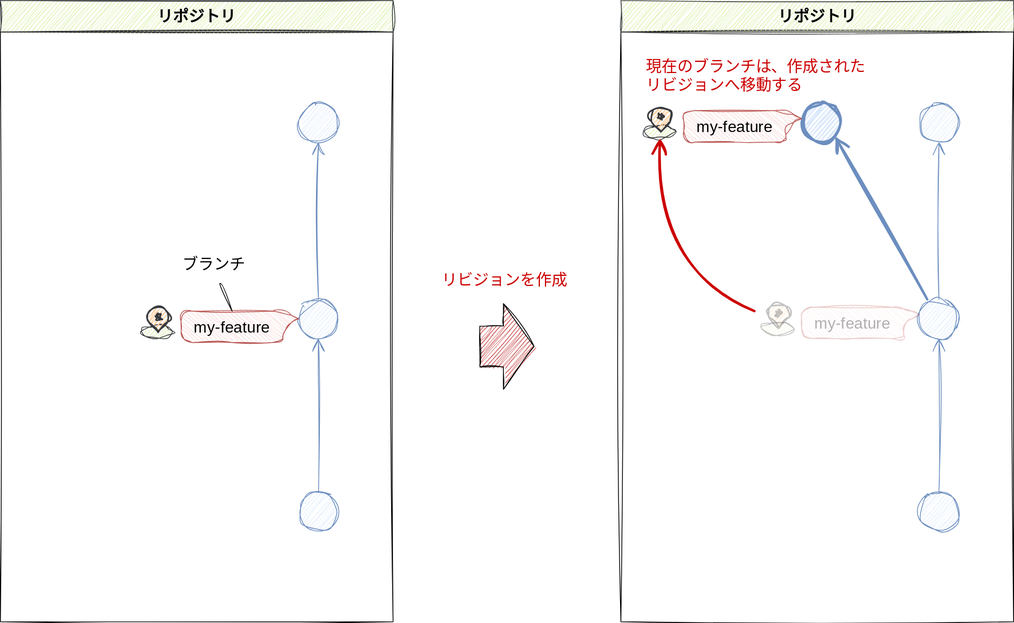
Earlier version of the draw.io export doc/image/introducion/branch.drawio.svg (kazurego7/fit). Source tidied: cells renumbered, new cells last; positions are measured from the earlier drawing's top-left corner, leaving out a move shared by most shapes. Source of this version:
```xml
<mxGraphModel background="#FFFFFF">
  <root>
    <mxCell id="0" />
    <mxCell id="1" parent="0" />
    <mxCell id="2" style="endArrow=none;html=1;rounded=0;sketch=1;hachureGap=4;jiggle=2;curveFitting=1;fontFamily=Architects Daughter;fontSource=https%3A%2F%2Ffonts.googleapis.com%2Fcss%3Ffamily%3DArchitects%2BDaughter;fontSize=16;sourcePerimeterSpacing=8;targetPerimeterSpacing=8;curved=1;shape=flexArrow;fillColor=#B20000;strokeColor=default;width=52;endSize=8;endWidth=17.224489795918366;endFill=0;startArrow=block;startWidth=56;startSize=12.67;" parent="1" edge="1">
      <mxGeometry relative="1" as="geometry">
        <mxPoint x="680" y="440" as="sourcePoint" />
        <mxPoint x="610" y="440" as="targetPoint" />
      </mxGeometry>
    </mxCell>
    <mxCell id="3" style="rounded=0;whiteSpace=wrap;html=1;shadow=0;sketch=1;hachureGap=4;jiggle=2;curveFitting=1;fontFamily=Architects Daughter;fontSource=https%3A%2F%2Ffonts.googleapis.com%2Fcss%3Ffamily%3DArchitects%2BDaughter;fontSize=20;fillColor=default;strokeColor=none;" parent="1" vertex="1">
      <mxGeometry x="790" y="40" width="500" height="750" as="geometry" />
    </mxCell>
    <mxCell id="4" style="rounded=0;whiteSpace=wrap;html=1;shadow=0;sketch=1;hachureGap=4;jiggle=2;curveFitting=1;fontFamily=Architects Daughter;fontSource=https%3A%2F%2Ffonts.googleapis.com%2Fcss%3Ffamily%3DArchitects%2BDaughter;fontSize=20;fillColor=none;" parent="1" vertex="1">
      <mxGeometry x="790" y="40" width="500" height="750" as="geometry" />
    </mxCell>
    <mxCell id="5" value="&lt;font face=&quot;Zen Kurenaido&quot;&gt;リポジトリ&lt;/font&gt;" style="rounded=0;whiteSpace=wrap;html=1;shadow=0;sketch=1;hachureGap=4;jiggle=2;curveFitting=1;fontFamily=Architects Daughter;fontSource=https%3A%2F%2Ffonts.googleapis.com%2Fcss%3Ffamily%3DArchitects%2BDaughter;fontSize=20;fillColor=#cdeb8b;strokeColor=#36393d;fontStyle=1;" parent="1" vertex="1">
      <mxGeometry x="790" width="500" height="40" as="geometry" />
    </mxCell>
    <mxCell id="6" style="ellipse;whiteSpace=wrap;html=1;hachureGap=4;fontFamily=Architects Daughter;fontSource=https%3A%2F%2Ffonts.googleapis.com%2Fcss%3Ffamily%3DArchitects%2BDaughter;fontSize=20;fillColor=#dae8fc;strokeColor=#6c8ebf;shadow=0;sketch=1;curveFitting=1;jiggle=2;" parent="1" vertex="1">
      <mxGeometry x="1170" y="380" width="50" height="50" as="geometry" />
    </mxCell>
    <mxCell id="7" style="sketch=1;hachureGap=4;jiggle=2;curveFitting=1;jettySize=auto;html=1;entryX=0.5;entryY=1;entryDx=0;entryDy=0;fontFamily=Architects Daughter;fontSource=https%3A%2F%2Ffonts.googleapis.com%2Fcss%3Ffamily%3DArchitects%2BDaughter;fontSize=16;endArrow=open;startSize=14;endSize=14;sourcePerimeterSpacing=8;targetPerimeterSpacing=8;fillColor=#dae8fc;strokeColor=#6c8ebf;rounded=1;strokeWidth=1;jumpSize=5;jumpStyle=none;exitX=0.5;exitY=0;exitDx=0;exitDy=0;" parent="1" edge="1" source="8" target="6">
      <mxGeometry relative="1" as="geometry" />
    </mxCell>
    <mxCell id="8" style="ellipse;whiteSpace=wrap;html=1;hachureGap=4;fontFamily=Architects Daughter;fontSource=https%3A%2F%2Ffonts.googleapis.com%2Fcss%3Ffamily%3DArchitects%2BDaughter;fontSize=20;fillColor=#dae8fc;strokeColor=#6c8ebf;shadow=0;sketch=1;curveFitting=1;jiggle=2;" parent="1" vertex="1">
      <mxGeometry x="1170" y="625" width="50" height="50" as="geometry" />
    </mxCell>
    <mxCell id="9" style="group;" parent="1" vertex="1">
      <mxGeometry x="970" y="385" width="40" height="40" as="geometry" />
    </mxCell>
    <mxCell id="10" style="ellipse;whiteSpace=wrap;html=1;shadow=0;sketch=1;hachureGap=4;jiggle=2;curveFitting=1;fontFamily=Architects Daughter;fontSource=https%3A%2F%2Ffonts.googleapis.com%2Fcss%3Ffamily%3DArchitects%2BDaughter;fontSize=20;fillColor=#cdeb8b;strokeColor=#36393d;textOpacity=30;opacity=30;" parent="9" vertex="1">
      <mxGeometry y="24" width="40" height="16" as="geometry" />
    </mxCell>
    <mxCell id="11" style="html=1;verticalLabelPosition=bottom;align=center;labelBackgroundColor=#ffffff;verticalAlign=top;strokeWidth=2;strokeColor=#36393d;shadow=0;dashed=0;shape=mxgraph.ios7.icons.location;sketch=1;hachureGap=4;jiggle=2;curveFitting=1;fontFamily=Architects Daughter;fontSource=https%3A%2F%2Ffonts.googleapis.com%2Fcss%3Ffamily%3DArchitects%2BDaughter;fontSize=20;fillColor=#ffcc99;gradientColor=none;textOpacity=30;opacity=30;" parent="9" vertex="1">
      <mxGeometry x="4.8" width="32" height="32" as="geometry" />
    </mxCell>
    <mxCell id="12" style="sketch=1;hachureGap=4;jiggle=2;curveFitting=1;jettySize=auto;html=1;entryX=1;entryY=1;entryDx=0;entryDy=0;fontFamily=Architects Daughter;fontSource=https%3A%2F%2Ffonts.googleapis.com%2Fcss%3Ffamily%3DArchitects%2BDaughter;fontSize=16;endArrow=open;startSize=14;endSize=14;sourcePerimeterSpacing=8;targetPerimeterSpacing=8;fillColor=#dae8fc;strokeColor=#6c8ebf;rounded=1;strokeWidth=3;jumpSize=5;jumpStyle=none;exitX=0.2;exitY=0;exitDx=0;exitDy=0;exitPerimeter=0;" parent="1" edge="1" source="6" target="13">
      <mxGeometry relative="1" as="geometry" />
    </mxCell>
    <mxCell id="13" style="ellipse;whiteSpace=wrap;html=1;hachureGap=4;fontFamily=Architects Daughter;fontSource=https%3A%2F%2Ffonts.googleapis.com%2Fcss%3Ffamily%3DArchitects%2BDaughter;fontSize=20;fillColor=#dae8fc;strokeColor=#6c8ebf;shadow=0;sketch=1;curveFitting=1;jiggle=2;strokeWidth=3;" parent="1" vertex="1">
      <mxGeometry x="1020" y="130" width="50" height="50" as="geometry" />
    </mxCell>
    <mxCell id="14" style="group;" parent="1" vertex="1">
      <mxGeometry x="820" y="135" width="40" height="40" as="geometry" />
    </mxCell>
    <mxCell id="15" style="ellipse;whiteSpace=wrap;html=1;shadow=0;sketch=1;hachureGap=4;jiggle=2;curveFitting=1;fontFamily=Architects Daughter;fontSource=https%3A%2F%2Ffonts.googleapis.com%2Fcss%3Ffamily%3DArchitects%2BDaughter;fontSize=20;fillColor=#cdeb8b;strokeColor=#36393d;" parent="14" vertex="1">
      <mxGeometry y="24" width="40" height="16" as="geometry" />
    </mxCell>
    <mxCell id="16" style="html=1;verticalLabelPosition=bottom;align=center;labelBackgroundColor=#ffffff;verticalAlign=top;strokeWidth=2;strokeColor=#36393d;shadow=0;dashed=0;shape=mxgraph.ios7.icons.location;sketch=1;hachureGap=4;jiggle=2;curveFitting=1;fontFamily=Architects Daughter;fontSource=https%3A%2F%2Ffonts.googleapis.com%2Fcss%3Ffamily%3DArchitects%2BDaughter;fontSize=20;fillColor=#ffcc99;gradientColor=none;" parent="14" vertex="1">
      <mxGeometry x="4.8" width="32" height="32" as="geometry" />
    </mxCell>
    <mxCell id="17" value="現在のブランチは、作成されたリビジョンへ移動する" style="text;strokeColor=none;fillColor=none;html=1;align=left;verticalAlign=middle;whiteSpace=wrap;rounded=0;sketch=1;hachureGap=4;jiggle=2;curveFitting=1;fontFamily=Zen Kurenaido;fontSource=https%3A%2F%2Ffonts.googleapis.com%2Fcss%3Ffamily%3DZen%2BKurenaido;fontSize=20;fontColor=#CC0000;" parent="1" vertex="1">
      <mxGeometry x="820" y="70" width="300" height="50" as="geometry" />
    </mxCell>
    <mxCell id="18" value="リビジョンを作成" style="text;strokeColor=none;fillColor=none;html=1;align=left;verticalAlign=middle;whiteSpace=wrap;rounded=0;sketch=1;hachureGap=4;jiggle=2;curveFitting=1;fontFamily=Zen Kurenaido;fontSource=https%3A%2F%2Ffonts.googleapis.com%2Fcss%3Ffamily%3DZen%2BKurenaido;fontSize=20;fontColor=#CC0000;" parent="1" vertex="1">
      <mxGeometry x="560" y="330" width="170" height="50" as="geometry" />
    </mxCell>
    <mxCell id="19" value="my-feature" style="shape=callout;whiteSpace=wrap;html=1;perimeter=calloutPerimeter;rounded=1;shadow=0;glass=0;sketch=1;hachureGap=4;jiggle=2;curveFitting=1;strokeColor=#b85450;strokeWidth=1;fontFamily=Architects Daughter;fontSource=https%3A%2F%2Ffonts.googleapis.com%2Fcss%3Ffamily%3DArchitects%2BDaughter;fontSize=20;fillColor=#f8cecc;size=20;position=0.5;position2=0.75;base=40;arcSize=28;direction=north;" parent="1" vertex="1">
      <mxGeometry x="870" y="140" width="150" height="40" as="geometry" />
    </mxCell>
    <mxCell id="20" value="my-feature" style="shape=callout;whiteSpace=wrap;html=1;perimeter=calloutPerimeter;rounded=1;shadow=0;glass=0;sketch=1;hachureGap=4;jiggle=2;curveFitting=1;strokeColor=#b85450;strokeWidth=1;fontFamily=Architects Daughter;fontSource=https%3A%2F%2Ffonts.googleapis.com%2Fcss%3Ffamily%3DArchitects%2BDaughter;fontSize=20;fillColor=#f8cecc;size=20;position=0.5;position2=0.75;base=40;arcSize=28;direction=north;opacity=30;textOpacity=30;" parent="1" vertex="1">
      <mxGeometry x="1020" y="390" width="150" height="40" as="geometry" />
    </mxCell>
    <mxCell id="21" style="edgeStyle=none;curved=1;rounded=0;sketch=1;hachureGap=4;jiggle=2;curveFitting=1;jettySize=auto;html=1;fontFamily=Zen Kurenaido;fontSource=https%3A%2F%2Ffonts.googleapis.com%2Fcss%3Ffamily%3DZen%2BKurenaido;fontSize=16;fontColor=#000000;endArrow=open;startSize=14;endSize=14;sourcePerimeterSpacing=8;targetPerimeterSpacing=8;strokeColor=#CC0000;strokeWidth=3;entryX=0.5;entryY=1;entryDx=0;entryDy=0;" parent="1" edge="1" target="15">
      <mxGeometry relative="1" as="geometry">
        <mxPoint x="960" y="395" as="sourcePoint" />
        <Array as="points">
          <mxPoint x="830" y="340" />
        </Array>
      </mxGeometry>
    </mxCell>
    <mxCell id="22" style="ellipse;whiteSpace=wrap;html=1;hachureGap=4;fontFamily=Architects Daughter;fontSource=https%3A%2F%2Ffonts.googleapis.com%2Fcss%3Ffamily%3DArchitects%2BDaughter;fontSize=20;fillColor=#dae8fc;strokeColor=#6c8ebf;shadow=0;sketch=1;curveFitting=1;jiggle=2;" parent="1" vertex="1">
      <mxGeometry x="1170" y="130" width="50" height="50" as="geometry" />
    </mxCell>
    <mxCell id="23" style="sketch=1;hachureGap=4;jiggle=2;curveFitting=1;jettySize=auto;html=1;entryX=0.5;entryY=1;entryDx=0;entryDy=0;fontFamily=Architects Daughter;fontSource=https%3A%2F%2Ffonts.googleapis.com%2Fcss%3Ffamily%3DArchitects%2BDaughter;fontSize=16;endArrow=open;startSize=14;endSize=14;sourcePerimeterSpacing=8;targetPerimeterSpacing=8;fillColor=#dae8fc;strokeColor=#6c8ebf;rounded=1;strokeWidth=1;jumpSize=5;jumpStyle=none;exitX=0.5;exitY=0;exitDx=0;exitDy=0;" parent="1" edge="1" source="6" target="22">
      <mxGeometry relative="1" as="geometry" />
    </mxCell>
    <mxCell id="24" style="rounded=0;whiteSpace=wrap;html=1;shadow=0;sketch=1;hachureGap=4;jiggle=2;curveFitting=1;fontFamily=Architects Daughter;fontSource=https%3A%2F%2Ffonts.googleapis.com%2Fcss%3Ffamily%3DArchitects%2BDaughter;fontSize=20;fillColor=default;strokeColor=none;" parent="1" vertex="1">
      <mxGeometry y="40" width="500" height="750" as="geometry" />
    </mxCell>
    <mxCell id="25" style="rounded=0;whiteSpace=wrap;html=1;shadow=0;sketch=1;hachureGap=4;jiggle=2;curveFitting=1;fontFamily=Architects Daughter;fontSource=https%3A%2F%2Ffonts.googleapis.com%2Fcss%3Ffamily%3DArchitects%2BDaughter;fontSize=20;fillColor=none;" parent="1" vertex="1">
      <mxGeometry y="40" width="500" height="750" as="geometry" />
    </mxCell>
    <mxCell id="26" value="&lt;font face=&quot;Zen Kurenaido&quot;&gt;リポジトリ&lt;/font&gt;" style="rounded=0;whiteSpace=wrap;html=1;shadow=0;sketch=1;hachureGap=4;jiggle=2;curveFitting=1;fontFamily=Architects Daughter;fontSource=https%3A%2F%2Ffonts.googleapis.com%2Fcss%3Ffamily%3DArchitects%2BDaughter;fontSize=20;fillColor=#cdeb8b;strokeColor=#36393d;fontStyle=1;" parent="1" vertex="1">
      <mxGeometry width="500" height="40" as="geometry" />
    </mxCell>
    <mxCell id="27" style="ellipse;whiteSpace=wrap;html=1;hachureGap=4;fontFamily=Architects Daughter;fontSource=https%3A%2F%2Ffonts.googleapis.com%2Fcss%3Ffamily%3DArchitects%2BDaughter;fontSize=20;fillColor=#dae8fc;strokeColor=#6c8ebf;shadow=0;sketch=1;curveFitting=1;jiggle=2;" parent="1" vertex="1">
      <mxGeometry x="380" y="380" width="50" height="50" as="geometry" />
    </mxCell>
    <mxCell id="28" style="sketch=1;hachureGap=4;jiggle=2;curveFitting=1;jettySize=auto;html=1;entryX=0.5;entryY=1;entryDx=0;entryDy=0;fontFamily=Architects Daughter;fontSource=https%3A%2F%2Ffonts.googleapis.com%2Fcss%3Ffamily%3DArchitects%2BDaughter;fontSize=16;endArrow=open;startSize=14;endSize=14;sourcePerimeterSpacing=8;targetPerimeterSpacing=8;fillColor=#dae8fc;strokeColor=#6c8ebf;rounded=1;strokeWidth=1;jumpSize=5;jumpStyle=none;exitX=0.5;exitY=0;exitDx=0;exitDy=0;" parent="1" edge="1" source="29" target="27">
      <mxGeometry relative="1" as="geometry" />
    </mxCell>
    <mxCell id="29" style="ellipse;whiteSpace=wrap;html=1;hachureGap=4;fontFamily=Architects Daughter;fontSource=https%3A%2F%2Ffonts.googleapis.com%2Fcss%3Ffamily%3DArchitects%2BDaughter;fontSize=20;fillColor=#dae8fc;strokeColor=#6c8ebf;shadow=0;sketch=1;curveFitting=1;jiggle=2;" parent="1" vertex="1">
      <mxGeometry x="380" y="625" width="50" height="50" as="geometry" />
    </mxCell>
    <mxCell id="30" style="group;" parent="1" vertex="1">
      <mxGeometry x="180" y="390" width="40" height="40" as="geometry" />
    </mxCell>
    <mxCell id="31" style="ellipse;whiteSpace=wrap;html=1;shadow=0;sketch=1;hachureGap=4;jiggle=2;curveFitting=1;fontFamily=Architects Daughter;fontSource=https%3A%2F%2Ffonts.googleapis.com%2Fcss%3Ffamily%3DArchitects%2BDaughter;fontSize=20;fillColor=#cdeb8b;strokeColor=#36393d;" parent="30" vertex="1">
      <mxGeometry y="24" width="40" height="16" as="geometry" />
    </mxCell>
    <mxCell id="32" style="html=1;verticalLabelPosition=bottom;align=center;labelBackgroundColor=#ffffff;verticalAlign=top;strokeWidth=2;strokeColor=#36393d;shadow=0;dashed=0;shape=mxgraph.ios7.icons.location;sketch=1;hachureGap=4;jiggle=2;curveFitting=1;fontFamily=Architects Daughter;fontSource=https%3A%2F%2Ffonts.googleapis.com%2Fcss%3Ffamily%3DArchitects%2BDaughter;fontSize=20;fillColor=#ffcc99;gradientColor=none;" parent="30" vertex="1">
      <mxGeometry x="4.8" width="32" height="32" as="geometry" />
    </mxCell>
    <mxCell id="33" value="my-feature" style="shape=callout;whiteSpace=wrap;html=1;perimeter=calloutPerimeter;rounded=1;shadow=0;glass=0;sketch=1;hachureGap=4;jiggle=2;curveFitting=1;strokeColor=#b85450;strokeWidth=1;fontFamily=Architects Daughter;fontSource=https%3A%2F%2Ffonts.googleapis.com%2Fcss%3Ffamily%3DArchitects%2BDaughter;fontSize=20;fillColor=#f8cecc;size=20;position=0.5;position2=0.75;base=40;arcSize=28;direction=north;" parent="1" vertex="1">
      <mxGeometry x="230" y="395" width="150" height="40" as="geometry" />
    </mxCell>
    <mxCell id="34" style="ellipse;whiteSpace=wrap;html=1;hachureGap=4;fontFamily=Architects Daughter;fontSource=https%3A%2F%2Ffonts.googleapis.com%2Fcss%3Ffamily%3DArchitects%2BDaughter;fontSize=20;fillColor=#dae8fc;strokeColor=#6c8ebf;shadow=0;sketch=1;curveFitting=1;jiggle=2;" parent="1" vertex="1">
      <mxGeometry x="380" y="130" width="50" height="50" as="geometry" />
    </mxCell>
    <mxCell id="35" style="sketch=1;hachureGap=4;jiggle=2;curveFitting=1;jettySize=auto;html=1;entryX=0.5;entryY=1;entryDx=0;entryDy=0;fontFamily=Architects Daughter;fontSource=https%3A%2F%2Ffonts.googleapis.com%2Fcss%3Ffamily%3DArchitects%2BDaughter;fontSize=16;endArrow=open;startSize=14;endSize=14;sourcePerimeterSpacing=8;targetPerimeterSpacing=8;fillColor=#dae8fc;strokeColor=#6c8ebf;rounded=1;strokeWidth=1;jumpSize=5;jumpStyle=none;exitX=0.5;exitY=0;exitDx=0;exitDy=0;" parent="1" edge="1" source="27" target="34">
      <mxGeometry relative="1" as="geometry" />
    </mxCell>
    <mxCell id="36" style="edgeStyle=none;curved=1;rounded=0;sketch=1;hachureGap=4;jiggle=2;curveFitting=1;jettySize=auto;html=1;exitX=0.5;exitY=1;exitDx=0;exitDy=0;fontFamily=Architects Daughter;fontSource=https%3A%2F%2Ffonts.googleapis.com%2Fcss%3Ffamily%3DArchitects%2BDaughter;fontSize=16;endArrow=none;endFill=0;startSize=14;endSize=14;sourcePerimeterSpacing=8;targetPerimeterSpacing=8;entryX=0;entryY=0;entryDx=40;entryDy=65;entryPerimeter=0;" parent="1" edge="1" source="37" target="33">
      <mxGeometry relative="1" as="geometry" />
    </mxCell>
    <mxCell id="37" value="ブランチ" style="text;strokeColor=none;fillColor=none;html=1;align=left;verticalAlign=middle;whiteSpace=wrap;rounded=0;sketch=1;hachureGap=4;jiggle=2;curveFitting=1;fontFamily=Zen Kurenaido;fontSource=https%3A%2F%2Ffonts.googleapis.com%2Fcss%3Ffamily%3DZen%2BKurenaido;fontSize=20;fontColor=#000000;" parent="1" vertex="1">
      <mxGeometry x="230" y="310" width="100" height="50" as="geometry" />
    </mxCell>
  </root>
</mxGraphModel>
```
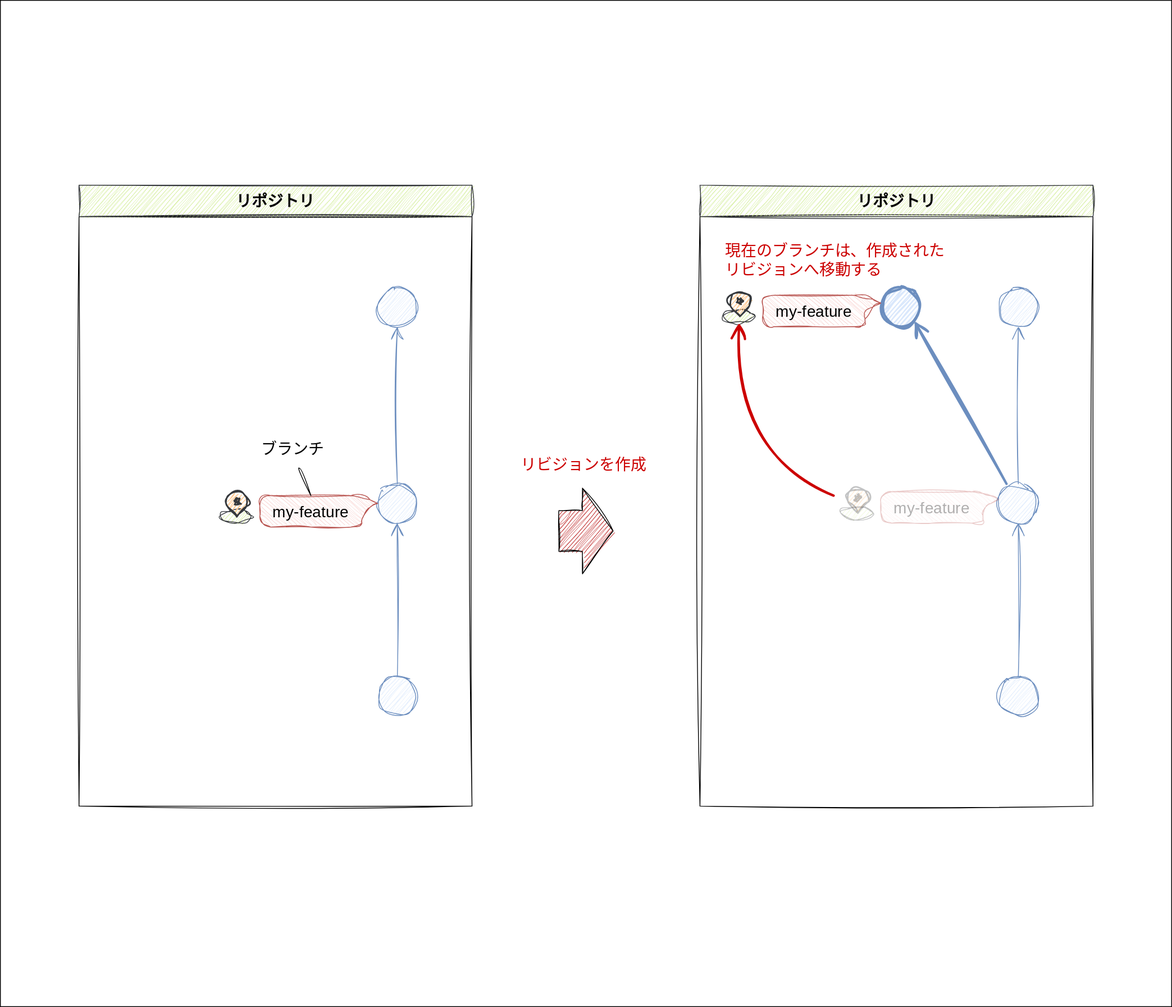
Above is the later version.

Change to the diagram source:
```diff
@@ -2,6 +2,9 @@
   <root>
     <mxCell id="0" />
     <mxCell id="1" parent="0" />
+    <mxCell id="38" style="rounded=0;whiteSpace=wrap;html=1;hachureGap=4;fontFamily=Architects Daughter;fontSource=https%3A%2F%2Ffonts.googleapis.com%2Fcss%3Ffamily%3DArchitects%2BDaughter;fontSize=20;" parent="1" vertex="1">
+      <mxGeometry x="-100" y="-235" width="1490" height="1280" as="geometry" />
+    </mxCell>
     <mxCell id="2" style="endArrow=none;html=1;rounded=0;sketch=1;hachureGap=4;jiggle=2;curveFitting=1;fontFamily=Architects Daughter;fontSource=https%3A%2F%2Ffonts.googleapis.com%2Fcss%3Ffamily%3DArchitects%2BDaughter;fontSize=16;sourcePerimeterSpacing=8;targetPerimeterSpacing=8;curved=1;shape=flexArrow;fillColor=#B20000;strokeColor=default;width=52;endSize=8;endWidth=17.224489795918366;endFill=0;startArrow=block;startWidth=56;startSize=12.67;" parent="1" edge="1">
       <mxGeometry relative="1" as="geometry">
         <mxPoint x="680" y="440" as="sourcePoint" />
```
